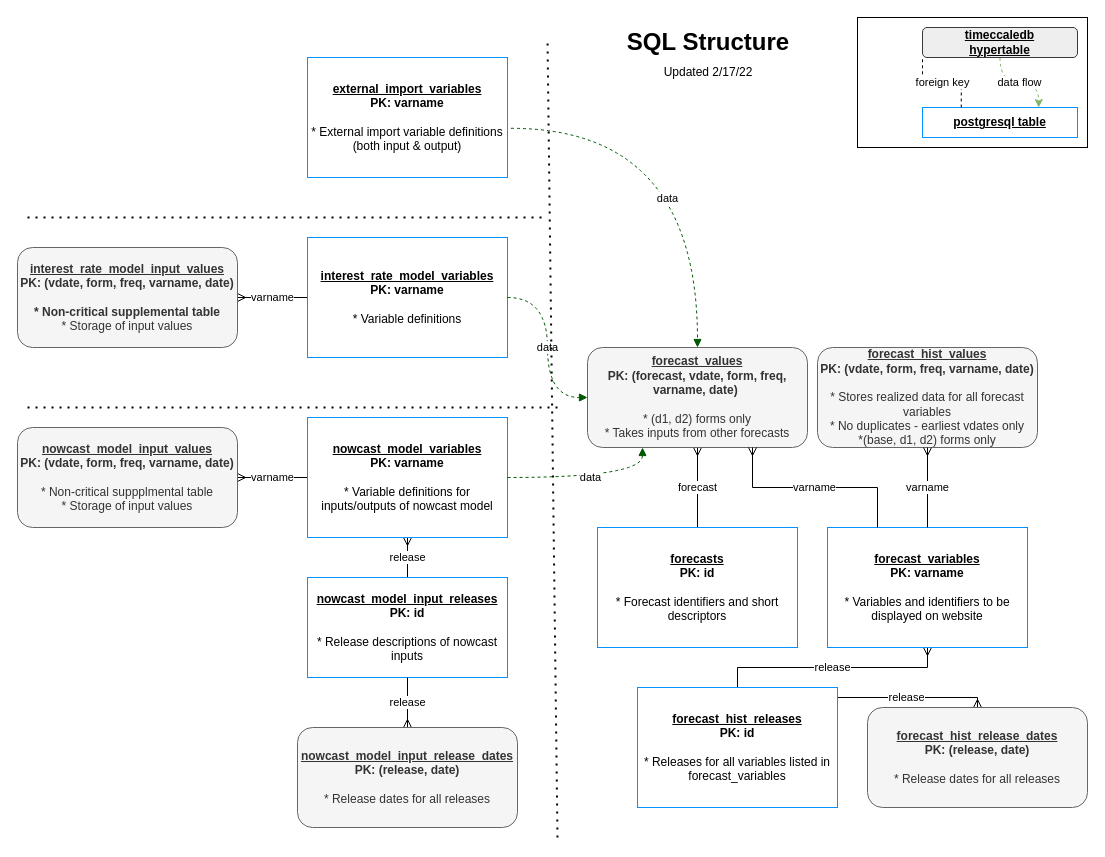
Before: page "sql-structure" (1 of 4) of docs/diagram.drawio in bongohead/econforecasting-r, a draw.io diagram. Source tidied: cells renumbered, new cells numbered last; positions are measured from the earlier drawing's top-left corner, leaving out a move shared by most shapes. Both pictures are drawn from the tidied source at 100%, with x=0, y=0 at pixel (17, 17).
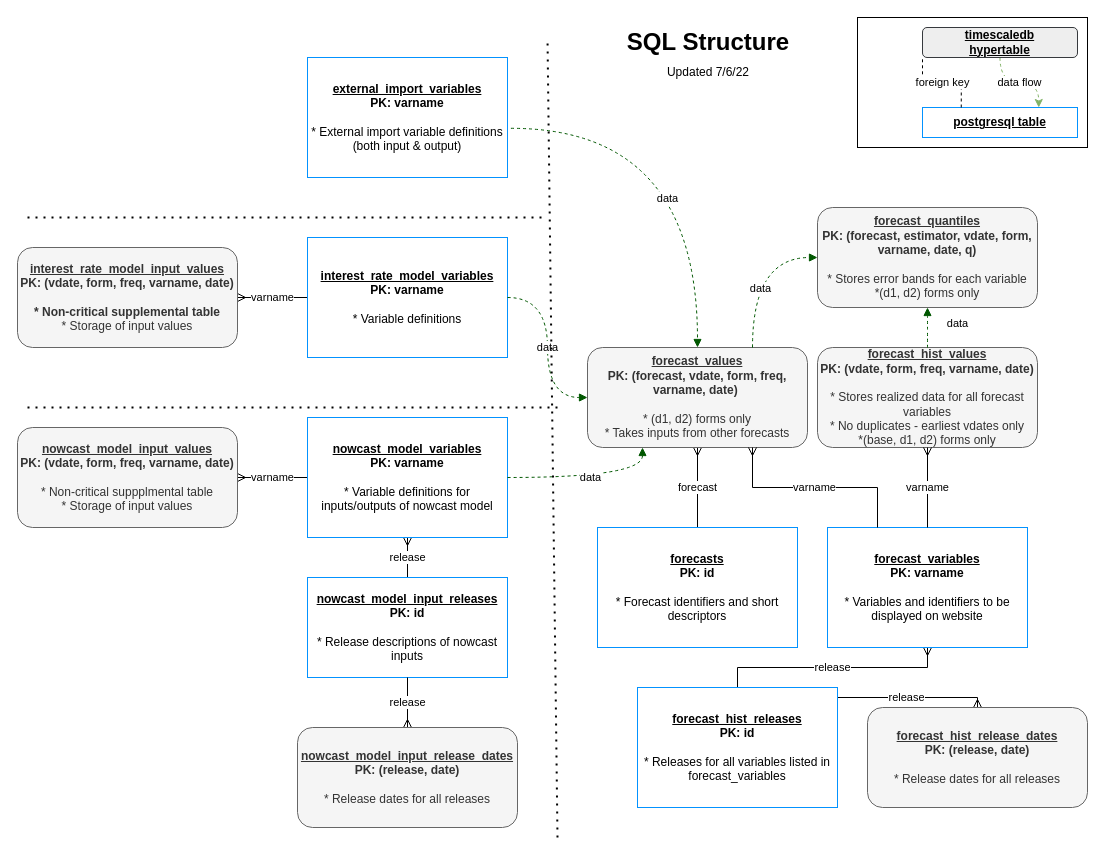
The same diagram, later.

Unchanged cells that the change refers to:
```xml
<mxCell id="7" value="&lt;u&gt;forecast_values&lt;br&gt;&lt;/u&gt;PK: (forecast, vdate, form, freq, varname, date)&amp;nbsp;&lt;br&gt;&lt;br&gt;&lt;div&gt;&lt;span style=&quot;font-weight: 400&quot;&gt;* (d1, d2) forms only&lt;/span&gt;&lt;br&gt;&lt;/div&gt;&lt;div&gt;&lt;span style=&quot;font-weight: 400&quot;&gt;* Takes inputs from other forecasts&lt;/span&gt;&lt;br&gt;&lt;/div&gt;" style="rounded=1;whiteSpace=wrap;html=1;glass=0;shadow=0;sketch=0;fontStyle=1;align=center;fillColor=#f5f5f5;fontColor=#333333;strokeColor=#666666;" parent="1" vertex="1">
  <mxGeometry x="570" y="330" width="220" height="100" as="geometry" />
</mxCell>
<mxCell id="8" value="&lt;u&gt;forecast_hist_values&lt;br&gt;&lt;/u&gt;PK: (vdate, form, freq, varname, date)&lt;br&gt;&amp;nbsp;&lt;br&gt;&lt;div&gt;&lt;span style=&quot;font-weight: 400&quot;&gt;* Stores realized data for all forecast variables&lt;/span&gt;&lt;/div&gt;&lt;div&gt;&lt;span style=&quot;font-weight: 400&quot;&gt;* No duplicates - earliest vdates only&lt;/span&gt;&lt;/div&gt;&lt;div&gt;&lt;span style=&quot;font-weight: 400&quot;&gt;*(base, d1, d2) forms only&lt;/span&gt;&lt;/div&gt;" style="rounded=1;whiteSpace=wrap;html=1;glass=0;shadow=0;sketch=0;fontStyle=1;align=center;fillColor=#f5f5f5;fontColor=#333333;strokeColor=#666666;" parent="1" vertex="1">
  <mxGeometry x="800" y="330" width="220" height="100" as="geometry" />
</mxCell>
```

Diff of the diagram source:
```diff
@@
-    <mxCell id="32" value="&lt;u&gt;timeccaledb&lt;br&gt;hypertable&lt;br&gt;&lt;/u&gt;" style="rounded=1;whiteSpace=wrap;html=1;fillColor=#eeeeee;strokeColor=#36393d;glass=0;shadow=0;sketch=0;fontStyle=1;align=center;" parent="1" vertex="1">
+    <mxCell id="32" value="&lt;u&gt;timescaledb&lt;br&gt;hypertable&lt;br&gt;&lt;/u&gt;" style="rounded=1;whiteSpace=wrap;html=1;fillColor=#eeeeee;strokeColor=#36393d;glass=0;shadow=0;sketch=0;fontStyle=1;align=center;" parent="1" vertex="1">
       <mxGeometry x="905" y="10" width="155" height="30" as="geometry" />
     </mxCell>
@@
-    <mxCell id="36" value="Updated 2/17/22" style="text;html=1;strokeColor=none;fillColor=none;align=center;verticalAlign=middle;whiteSpace=wrap;rounded=0;fontSize=12;" parent="1" vertex="1">
+    <mxCell id="36" value="Updated 7/6/22" style="text;html=1;strokeColor=none;fillColor=none;align=center;verticalAlign=middle;whiteSpace=wrap;rounded=0;fontSize=12;" parent="1" vertex="1">
       <mxGeometry x="631" y="40" width="120" height="30" as="geometry" />
     </mxCell>
+    <mxCell id="37" value="&lt;u&gt;forecast_quantiles&lt;br&gt;&lt;/u&gt;PK: (forecast, estimator, vdate, form, varname, date, q)&lt;br&gt;&amp;nbsp;&lt;br&gt;&lt;div&gt;&lt;span style=&quot;font-weight: 400&quot;&gt;* Stores error bands for each variable&lt;/span&gt;&lt;/div&gt;&lt;div&gt;&lt;span style=&quot;font-weight: 400&quot;&gt;*(d1, d2) forms only&lt;/span&gt;&lt;/div&gt;" style="rounded=1;whiteSpace=wrap;html=1;glass=0;shadow=0;sketch=0;fontStyle=1;align=center;fillColor=#f5f5f5;fontColor=#333333;strokeColor=#666666;" parent="1" vertex="1">
+      <mxGeometry x="800" y="190" width="220" height="100" as="geometry" />
+    </mxCell>
+    <mxCell id="38" value="data" style="edgeStyle=orthogonalEdgeStyle;rounded=0;jettySize=auto;html=1;exitX=0.75;exitY=0;exitDx=0;exitDy=0;startArrow=none;startFill=0;endArrow=block;endFill=1;curved=1;dashed=1;fillColor=#008a00;strokeColor=#005700;entryX=0;entryY=0.5;entryDx=0;entryDy=0;" parent="1" edge="1" source="7" target="37">
+      <mxGeometry x="0.26" y="-30" relative="1" as="geometry">
+        <mxPoint y="1" as="offset" />
+      </mxGeometry>
+    </mxCell>
+    <mxCell id="39" value="data" style="edgeStyle=orthogonalEdgeStyle;rounded=0;jettySize=auto;html=1;exitX=0.5;exitY=0;exitDx=0;exitDy=0;startArrow=none;startFill=0;endArrow=block;endFill=1;curved=1;dashed=1;fillColor=#008a00;strokeColor=#005700;entryX=0.5;entryY=1;entryDx=0;entryDy=0;" parent="1" edge="1" source="8" target="37">
+      <mxGeometry x="0.26" y="-30" relative="1" as="geometry">
+        <mxPoint y="1" as="offset" />
+      </mxGeometry>
+    </mxCell>
```
